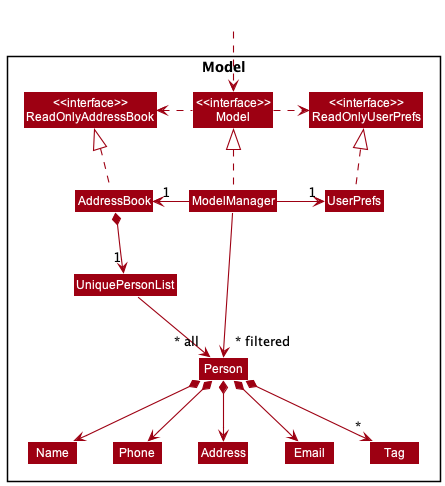
The PlantUML diagram docs/images/ModelClassDiagram.png in nus-cs2103-AY2223S2/tp, before a commit.
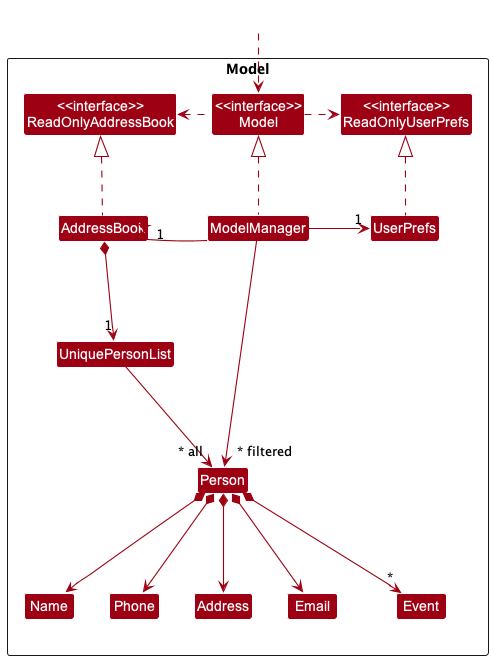
Later version of the same file.

Diff of the diagram source:
```diff
@@ -18,7 +18,7 @@
 Class Email
 Class Name
 Class Phone
-Class Tag
+Class Event
 
 }
 
@@ -40,7 +40,7 @@
 Person *--> Phone
 Person *--> Email
 Person *--> Address
-Person *--> "*" Tag
+Person *--> "*" Event
 
 Name -[hidden]right-> Phone
 Phone -[hidden]right-> Address
```
